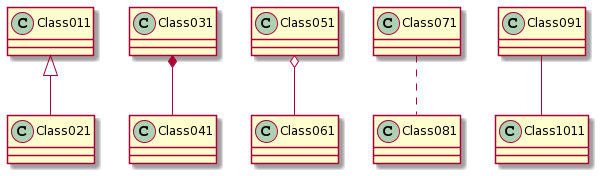
The PlantUML diagram meilenstein_03/sub/pumltest2.png in weichware10/meilensteine, before a commit.
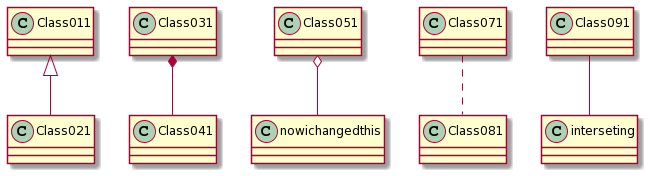
The same file after the commit.

Commit message:
Render PlantUML PNGs

The edit, as a diff of the source:
```diff
@@ -1,7 +1,7 @@
 @startuml
 Class011 <|-- Class021
 Class031 *-- Class041
-Class051 o-- Class061
+Class051 o-- nowichangedthis
 Class071 .. Class081
-Class091 -- Class1011
+Class091 -- interseting
 @enduml
```
